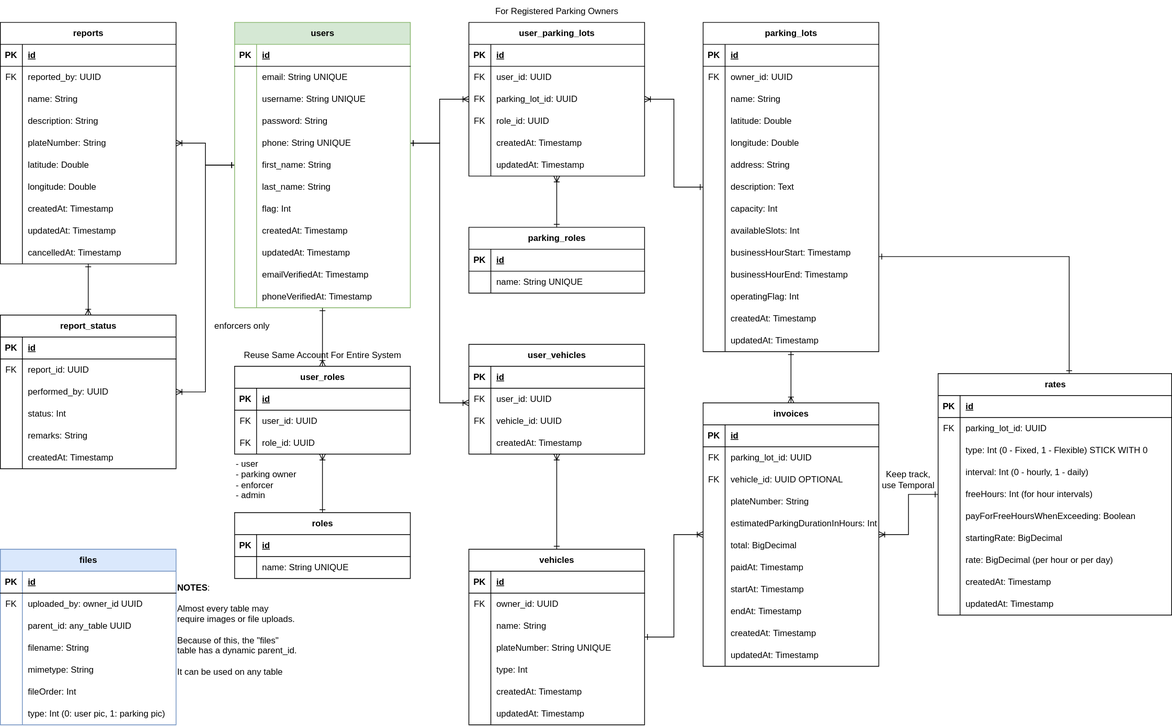
This is docs/erd.svg from chatchatabc/parking-backend-spring, a draw.io export, as it was before one commit. Source tidied: cells renumbered, new cells last; positions are measured from the earlier drawing's top-left corner, leaving out a move shared by most shapes.
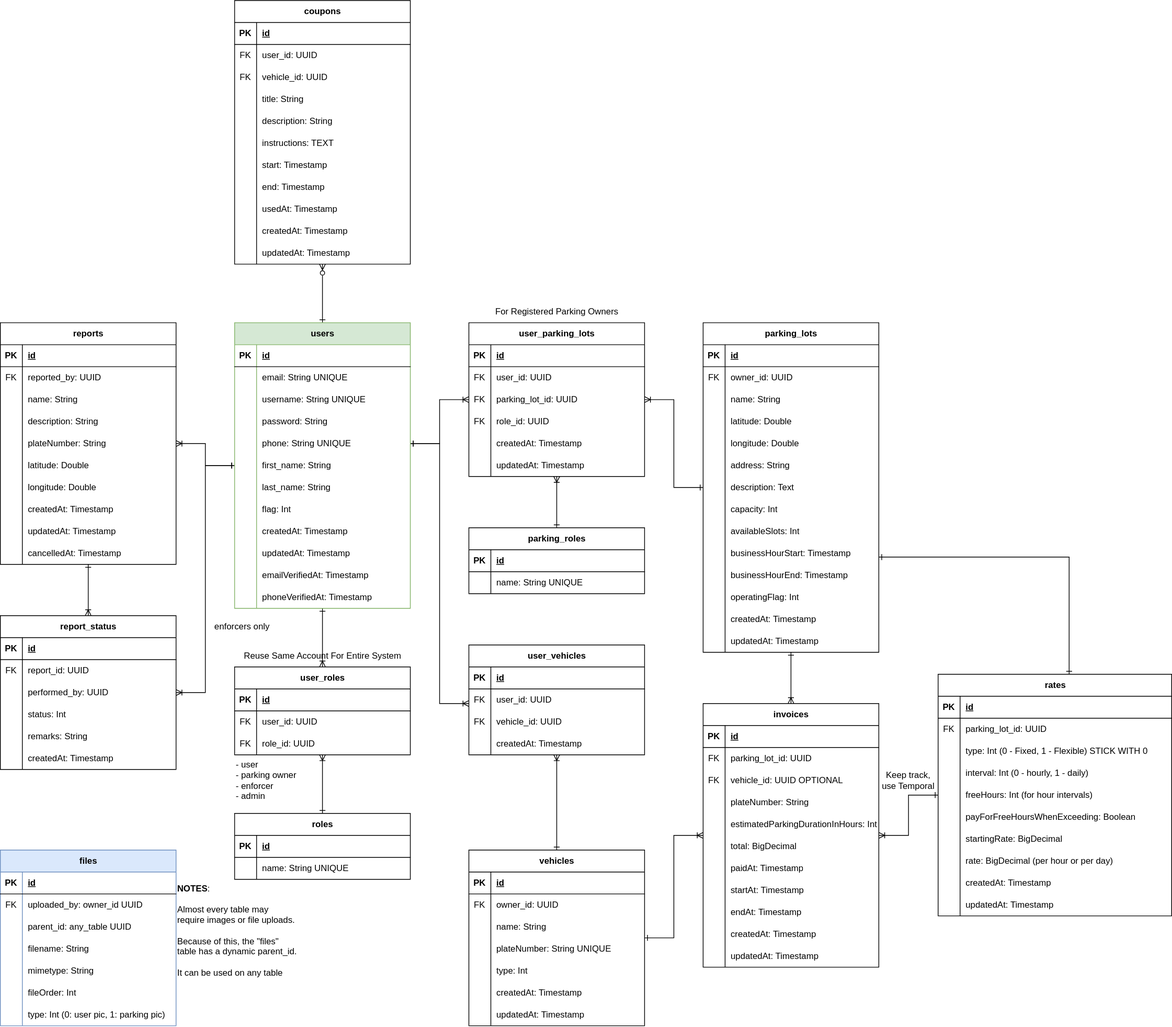
After the change.

Commit message:
docs: added coupon to erd

Diff of the diagram source:
```diff
@@ -387,6 +387,9 @@
         </Array>
       </mxGeometry>
     </mxCell>
+    <mxCell id="317" style="edgeStyle=orthogonalEdgeStyle;rounded=0;jettySize=auto;html=1;startArrow=ERone;startFill=0;endArrow=ERzeroToMany;endFill=0;" parent="1" edge="1" source="127" target="318">
+      <mxGeometry relative="1" as="geometry" />
+    </mxCell>
     <mxCell id="127" value="users" style="shape=table;startSize=30;rowLines=0;fontStyle=1;align=center;html=1;fillColor=#d5e8d4;strokeColor=#82b366;" parent="1" vertex="1">
       <mxGeometry x="320" y="30" width="240" height="390" as="geometry" />
     </mxCell>
@@ -961,5 +964,107 @@
     <mxCell id="316" value="name: String UNIQUE" style="shape=partialRectangle;fillColor=none;top=0;left=0;bottom=0;right=0;align=left;spacingLeft=6;overflow=hidden;whiteSpace=wrap;html=1;" parent="314" vertex="1">
       <mxGeometry x="30" width="210" height="30" as="geometry" />
     </mxCell>
+    <mxCell id="318" value="coupons" style="shape=table;startSize=30;rowLines=0;fontStyle=1;align=center;html=1;" parent="1" vertex="1">
+      <mxGeometry x="320" y="-410" width="240" height="360" as="geometry" />
+    </mxCell>
+    <mxCell id="319" style="shape=tableRow;horizontal=0;startSize=0;swimlaneHead=0;swimlaneBody=0;fillColor=none;top=0;left=0;right=0;bottom=1;" parent="318" vertex="1">
+      <mxGeometry y="30" width="240" height="30" as="geometry" />
+    </mxCell>
+    <mxCell id="320" value="PK" style="shape=partialRectangle;fillColor=none;top=0;left=0;bottom=0;right=0;fontStyle=1;overflow=hidden;whiteSpace=wrap;html=1;" parent="319" vertex="1">
+      <mxGeometry width="30" height="30" as="geometry" />
+    </mxCell>
+    <mxCell id="321" value="id" style="shape=partialRectangle;fillColor=none;top=0;left=0;bottom=0;right=0;align=left;spacingLeft=6;fontStyle=5;overflow=hidden;whiteSpace=wrap;html=1;" parent="319" vertex="1">
+      <mxGeometry x="30" width="210" height="30" as="geometry" />
+    </mxCell>
+    <mxCell id="322" style="shape=tableRow;horizontal=0;startSize=0;swimlaneHead=0;swimlaneBody=0;fillColor=none;top=0;left=0;right=0;bottom=0;" parent="318" vertex="1">
+      <mxGeometry y="60" width="240" height="30" as="geometry" />
+    </mxCell>
+    <mxCell id="323" value="FK" style="shape=partialRectangle;fillColor=none;top=0;left=0;bottom=0;right=0;overflow=hidden;whiteSpace=wrap;html=1;" parent="322" vertex="1">
+      <mxGeometry width="30" height="30" as="geometry" />
+    </mxCell>
+    <mxCell id="324" value="user_id: UUID" style="shape=partialRectangle;fillColor=none;top=0;left=0;bottom=0;right=0;align=left;spacingLeft=6;overflow=hidden;whiteSpace=wrap;html=1;" parent="322" vertex="1">
+      <mxGeometry x="30" width="210" height="30" as="geometry" />
+    </mxCell>
+    <mxCell id="325" style="shape=tableRow;horizontal=0;startSize=0;swimlaneHead=0;swimlaneBody=0;fillColor=none;top=0;left=0;right=0;bottom=0;" parent="318" vertex="1">
+      <mxGeometry y="90" width="240" height="30" as="geometry" />
+    </mxCell>
+    <mxCell id="326" value="FK" style="shape=partialRectangle;fillColor=none;top=0;left=0;bottom=0;right=0;overflow=hidden;whiteSpace=wrap;html=1;" parent="325" vertex="1">
+      <mxGeometry width="30" height="30" as="geometry" />
+    </mxCell>
+    <mxCell id="327" value="vehicle_id: UUID" style="shape=partialRectangle;fillColor=none;top=0;left=0;bottom=0;right=0;align=left;spacingLeft=6;overflow=hidden;whiteSpace=wrap;html=1;" parent="325" vertex="1">
+      <mxGeometry x="30" width="210" height="30" as="geometry" />
+    </mxCell>
+    <mxCell id="328" style="shape=tableRow;horizontal=0;startSize=0;swimlaneHead=0;swimlaneBody=0;fillColor=none;top=0;left=0;right=0;bottom=0;" parent="318" vertex="1">
+      <mxGeometry y="120" width="240" height="30" as="geometry" />
+    </mxCell>
+    <mxCell id="329" style="shape=partialRectangle;fillColor=none;top=0;left=0;bottom=0;right=0;overflow=hidden;whiteSpace=wrap;html=1;" parent="328" vertex="1">
+      <mxGeometry width="30" height="30" as="geometry" />
+    </mxCell>
+    <mxCell id="330" value="title: String" style="shape=partialRectangle;fillColor=none;top=0;left=0;bottom=0;right=0;align=left;spacingLeft=6;overflow=hidden;whiteSpace=wrap;html=1;" parent="328" vertex="1">
+      <mxGeometry x="30" width="210" height="30" as="geometry" />
+    </mxCell>
+    <mxCell id="331" style="shape=tableRow;horizontal=0;startSize=0;swimlaneHead=0;swimlaneBody=0;fillColor=none;top=0;left=0;right=0;bottom=0;" parent="318" vertex="1">
+      <mxGeometry y="150" width="240" height="30" as="geometry" />
+    </mxCell>
+    <mxCell id="332" style="shape=partialRectangle;fillColor=none;top=0;left=0;bottom=0;right=0;overflow=hidden;whiteSpace=wrap;html=1;" parent="331" vertex="1">
+      <mxGeometry width="30" height="30" as="geometry" />
+    </mxCell>
+    <mxCell id="333" value="description: String" style="shape=partialRectangle;fillColor=none;top=0;left=0;bottom=0;right=0;align=left;spacingLeft=6;overflow=hidden;whiteSpace=wrap;html=1;" parent="331" vertex="1">
+      <mxGeometry x="30" width="210" height="30" as="geometry" />
+    </mxCell>
+    <mxCell id="334" style="shape=tableRow;horizontal=0;startSize=0;swimlaneHead=0;swimlaneBody=0;fillColor=none;top=0;left=0;right=0;bottom=0;" parent="318" vertex="1">
+      <mxGeometry y="180" width="240" height="30" as="geometry" />
+    </mxCell>
+    <mxCell id="335" style="shape=partialRectangle;fillColor=none;top=0;left=0;bottom=0;right=0;overflow=hidden;whiteSpace=wrap;html=1;" parent="334" vertex="1">
+      <mxGeometry width="30" height="30" as="geometry" />
+    </mxCell>
+    <mxCell id="336" value="instructions: TEXT" style="shape=partialRectangle;fillColor=none;top=0;left=0;bottom=0;right=0;align=left;spacingLeft=6;overflow=hidden;whiteSpace=wrap;html=1;" parent="334" vertex="1">
+      <mxGeometry x="30" width="210" height="30" as="geometry" />
+    </mxCell>
+    <mxCell id="337" style="shape=tableRow;horizontal=0;startSize=0;swimlaneHead=0;swimlaneBody=0;fillColor=none;top=0;left=0;right=0;bottom=0;" parent="318" vertex="1">
+      <mxGeometry y="210" width="240" height="30" as="geometry" />
+    </mxCell>
+    <mxCell id="338" style="shape=partialRectangle;fillColor=none;top=0;left=0;bottom=0;right=0;overflow=hidden;whiteSpace=wrap;html=1;" parent="337" vertex="1">
+      <mxGeometry width="30" height="30" as="geometry" />
+    </mxCell>
+    <mxCell id="339" value="start: Timestamp" style="shape=partialRectangle;fillColor=none;top=0;left=0;bottom=0;right=0;align=left;spacingLeft=6;overflow=hidden;whiteSpace=wrap;html=1;" parent="337" vertex="1">
+      <mxGeometry x="30" width="210" height="30" as="geometry" />
+    </mxCell>
+    <mxCell id="340" style="shape=tableRow;horizontal=0;startSize=0;swimlaneHead=0;swimlaneBody=0;fillColor=none;top=0;left=0;right=0;bottom=0;" parent="318" vertex="1">
+      <mxGeometry y="240" width="240" height="30" as="geometry" />
+    </mxCell>
+    <mxCell id="341" style="shape=partialRectangle;fillColor=none;top=0;left=0;bottom=0;right=0;overflow=hidden;whiteSpace=wrap;html=1;" parent="340" vertex="1">
+      <mxGeometry width="30" height="30" as="geometry" />
+    </mxCell>
+    <mxCell id="342" value="end: Timestamp" style="shape=partialRectangle;fillColor=none;top=0;left=0;bottom=0;right=0;align=left;spacingLeft=6;overflow=hidden;whiteSpace=wrap;html=1;" parent="340" vertex="1">
+      <mxGeometry x="30" width="210" height="30" as="geometry" />
+    </mxCell>
+    <mxCell id="343" style="shape=tableRow;horizontal=0;startSize=0;swimlaneHead=0;swimlaneBody=0;fillColor=none;top=0;left=0;right=0;bottom=0;" parent="318" vertex="1">
+      <mxGeometry y="270" width="240" height="30" as="geometry" />
+    </mxCell>
+    <mxCell id="344" style="shape=partialRectangle;fillColor=none;top=0;left=0;bottom=0;right=0;overflow=hidden;whiteSpace=wrap;html=1;" parent="343" vertex="1">
+      <mxGeometry width="30" height="30" as="geometry" />
+    </mxCell>
+    <mxCell id="345" value="usedAt: Timestamp" style="shape=partialRectangle;fillColor=none;top=0;left=0;bottom=0;right=0;align=left;spacingLeft=6;overflow=hidden;whiteSpace=wrap;html=1;" parent="343" vertex="1">
+      <mxGeometry x="30" width="210" height="30" as="geometry" />
+    </mxCell>
+    <mxCell id="346" style="shape=tableRow;horizontal=0;startSize=0;swimlaneHead=0;swimlaneBody=0;fillColor=none;top=0;left=0;right=0;bottom=0;" parent="318" vertex="1">
+      <mxGeometry y="300" width="240" height="30" as="geometry" />
+    </mxCell>
+    <mxCell id="347" style="shape=partialRectangle;fillColor=none;top=0;left=0;bottom=0;right=0;overflow=hidden;whiteSpace=wrap;html=1;" parent="346" vertex="1">
+      <mxGeometry width="30" height="30" as="geometry" />
+    </mxCell>
+    <mxCell id="348" value="createdAt: Timestamp" style="shape=partialRectangle;fillColor=none;top=0;left=0;bottom=0;right=0;align=left;spacingLeft=6;overflow=hidden;whiteSpace=wrap;html=1;" parent="346" vertex="1">
+      <mxGeometry x="30" width="210" height="30" as="geometry" />
+    </mxCell>
+    <mxCell id="349" style="shape=tableRow;horizontal=0;startSize=0;swimlaneHead=0;swimlaneBody=0;fillColor=none;top=0;left=0;right=0;bottom=0;" parent="318" vertex="1">
+      <mxGeometry y="330" width="240" height="30" as="geometry" />
+    </mxCell>
+    <mxCell id="350" style="shape=partialRectangle;fillColor=none;top=0;left=0;bottom=0;right=0;overflow=hidden;whiteSpace=wrap;html=1;" parent="349" vertex="1">
+      <mxGeometry width="30" height="30" as="geometry" />
+    </mxCell>
+    <mxCell id="351" value="updatedAt: Timestamp" style="shape=partialRectangle;fillColor=none;top=0;left=0;bottom=0;right=0;align=left;spacingLeft=6;overflow=hidden;whiteSpace=wrap;html=1;" parent="349" vertex="1">
+      <mxGeometry x="30" width="210" height="30" as="geometry" />
+    </mxCell>
   </root>
 </mxGraphModel>
```
